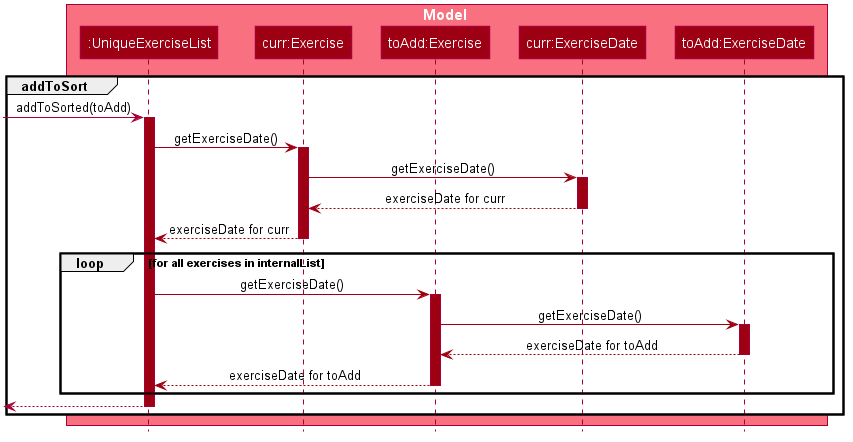
Above: docs/images/AddExerciseCommandSequenceDiagramPart2.png in nus-cs2103-AY1920S2/addressbook-level3 (PlantUML), before the change.
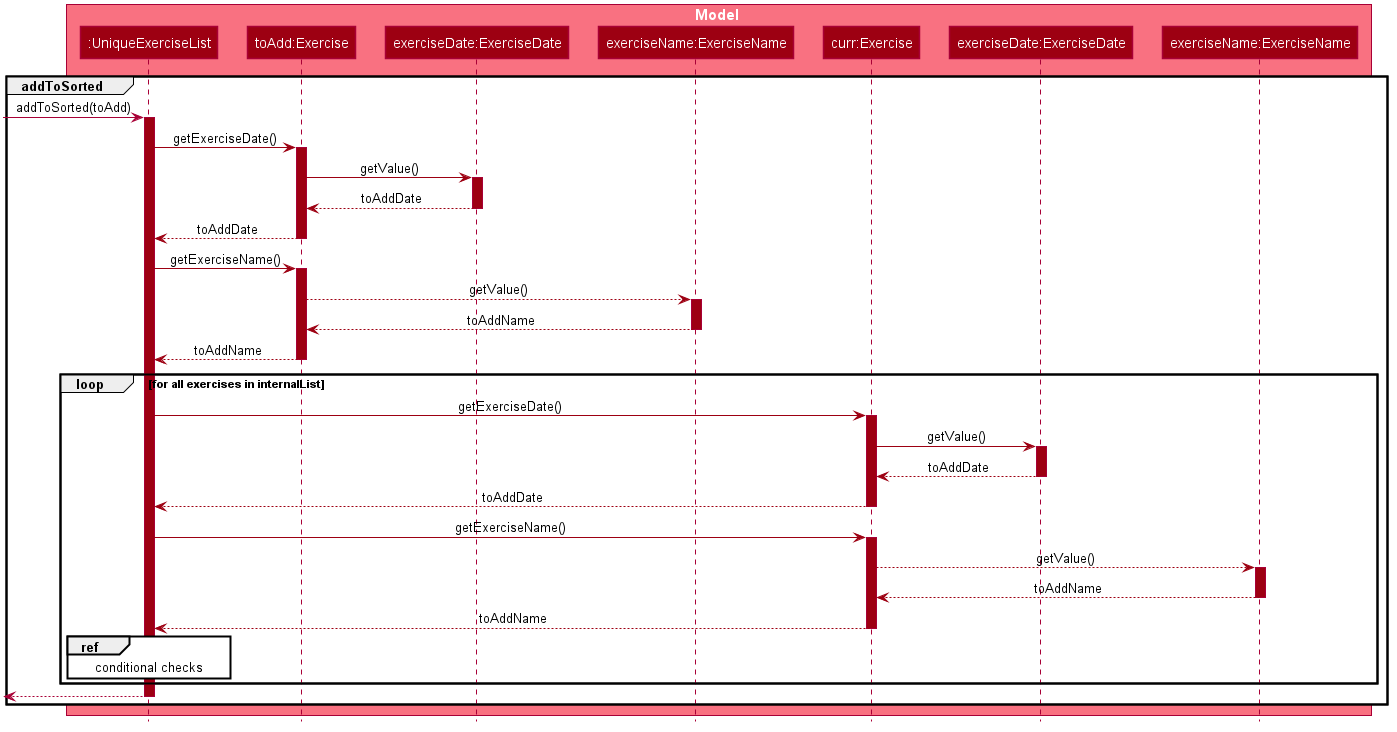
Above is the later version.

The edit, as a diff of the source:
```diff
@@ -50,43 +50,71 @@
 
 box Model #F97181
     Participant ":UniqueExerciseList" as exerciseList #9D0012
+    Participant "toAdd:Exercise" as toAddExercise #9D0012
+    Participant "exerciseDate:ExerciseDate" as toAddExerciseDate #9D0012
+    Participant "exerciseName:ExerciseName" as toAddExerciseName #9D0012
     Participant "curr:Exercise" as currExercise #9D0012
-    Participant "toAdd:Exercise" as toAddExercise #9D0012
-    Participant "curr:ExerciseDate" as currExerciseDate #9D0012
-    Participant "toAdd:ExerciseDate" as toAddExerciseDate #9D0012
-    Participant "curr:ExerciseDate" as currExerciseDate #9D0012
-    Participant "toAdd:ExerciseDate" as toAddExerciseDate #9D0012
+    Participant "exerciseDate:ExerciseDate" as currExerciseDate #9D0012
+    Participant "exerciseName:ExerciseName" as currExerciseName #9D0012
 end box
 
-group addToSort
+group addToSorted
     [-> exerciseList: addToSorted(toAdd)
     activate exerciseList #9D0012
-
-     exerciseList -[#9D0012]> currExercise :getExerciseDate()
-        activate currExercise #9D0012
-
-    currExercise -[#9D0012]> currExerciseDate :getExerciseDate()
-    activate currExerciseDate #9D0012
-
-    currExerciseDate --[#9D0012]> currExercise : exerciseDate for curr
-    deactivate currExerciseDate
-
-    currExercise --[#9D0012]> exerciseList : exerciseDate for curr
-    deactivate currExercise
-
-    loop for all exercises in internalList
 
         exerciseList -[#9D0012]> toAddExercise : getExerciseDate()
         activate toAddExercise #9D0012
 
-        toAddExercise -[#9D0012]> toAddExerciseDate : getExerciseDate()
+        toAddExercise -[#9D0012]> toAddExerciseDate : getValue()
         activate toAddExerciseDate #9D0012
 
-        toAddExerciseDate --[#9D0012]> toAddExercise : exerciseDate for toAdd
+        toAddExerciseDate --[#9D0012]> toAddExercise : toAddDate
         deactivate toAddExerciseDate
 
-        toAddExercise --[#9D0012]> exerciseList : exerciseDate for toAdd
+        toAddExercise --[#9D0012]> exerciseList : toAddDate
         deactivate toAddExercise
+
+        exerciseList -[#9D0012]> toAddExercise : getExerciseName()
+        activate toAddExercise #9D0012
+
+        toAddExercise --[#9D0012]> toAddExerciseName : getValue()
+        activate toAddExerciseName #9D0012
+
+        toAddExerciseName --[#9D0012]> toAddExercise : toAddName
+        deactivate toAddExerciseName
+
+        toAddExercise --[#9D0012]> exerciseList : toAddName
+        deactivate toAddExercise
+
+    loop for all exercises in internalList
+
+        exerciseList -[#9D0012]> currExercise : getExerciseDate()
+        activate currExercise #9D0012
+
+        currExercise -[#9D0012]> currExerciseDate : getValue()
+        activate currExerciseDate #9D0012
+
+        currExerciseDate --[#9D0012]> currExercise : toAddDate
+        deactivate currExerciseDate
+
+        currExercise --[#9D0012]> exerciseList : toAddDate
+        deactivate currExercise
+
+        exerciseList -[#9D0012]> currExercise : getExerciseName()
+        activate currExercise #9D0012
+
+        currExercise --[#9D0012]> currExerciseName : getValue()
+        activate currExerciseName #9D0012
+
+        currExerciseName --[#9D0012]> currExercise : toAddName
+        deactivate currExerciseName
+
+        currExercise --[#9D0012]> exerciseList : toAddName
+        deactivate currExercise
+
+        ref over exerciseList
+            conditional checks
+        end ref
 
     end
 
```
